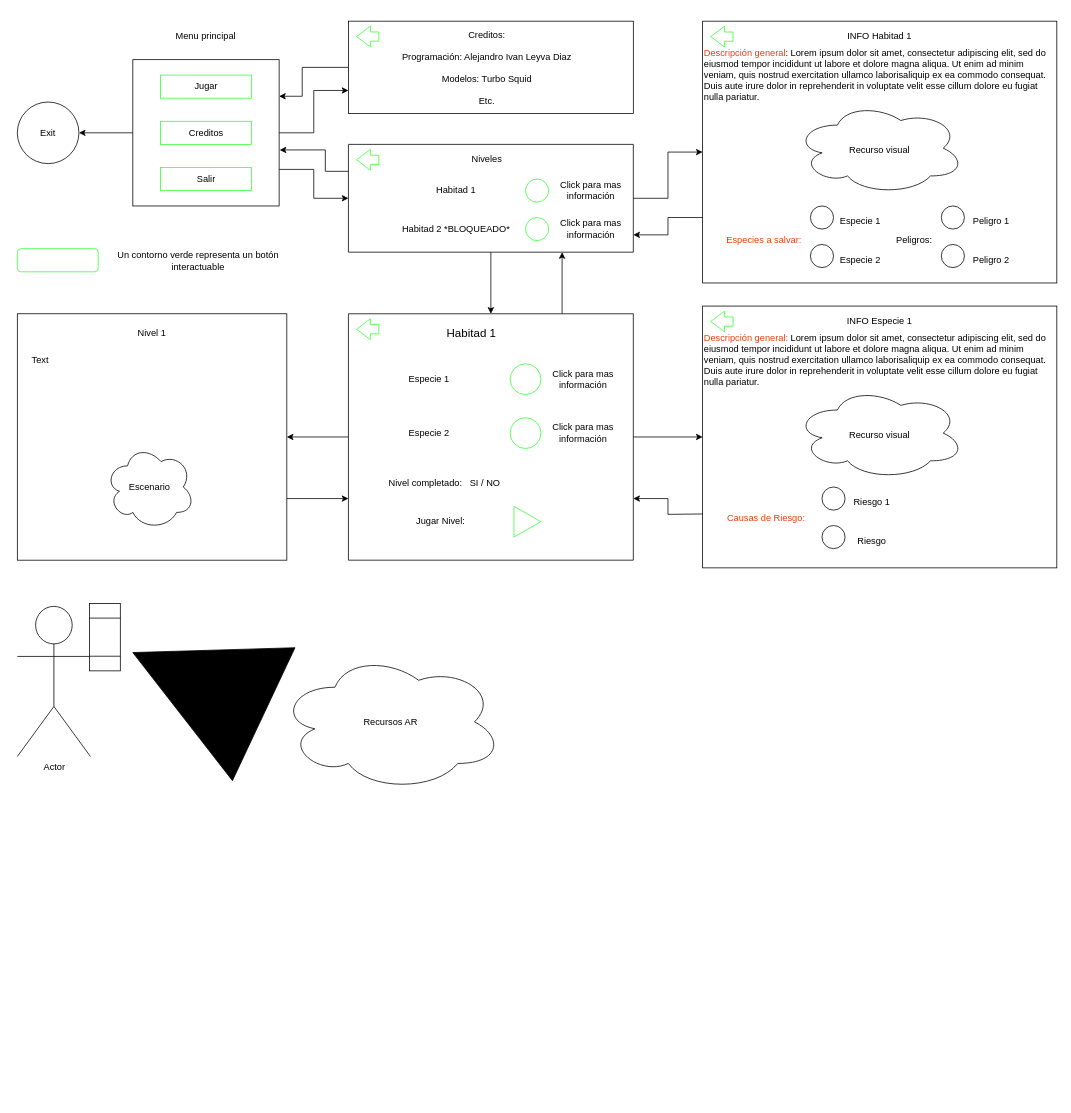
This is Untitled Diagram.drawio from Koishi32/ProyectoFinal_TSIII, a draw.io file, before an edit. Source tidied: cells renumbered, new cells numbered last; positions are measured from the earlier drawing's top-left corner, leaving out a move shared by most shapes. Both pictures are drawn from the tidied source at 77%, with x=0, y=0 at pixel (17, 13). Pictures stored in the file or linked from it are replaced by grey dashed boxes.
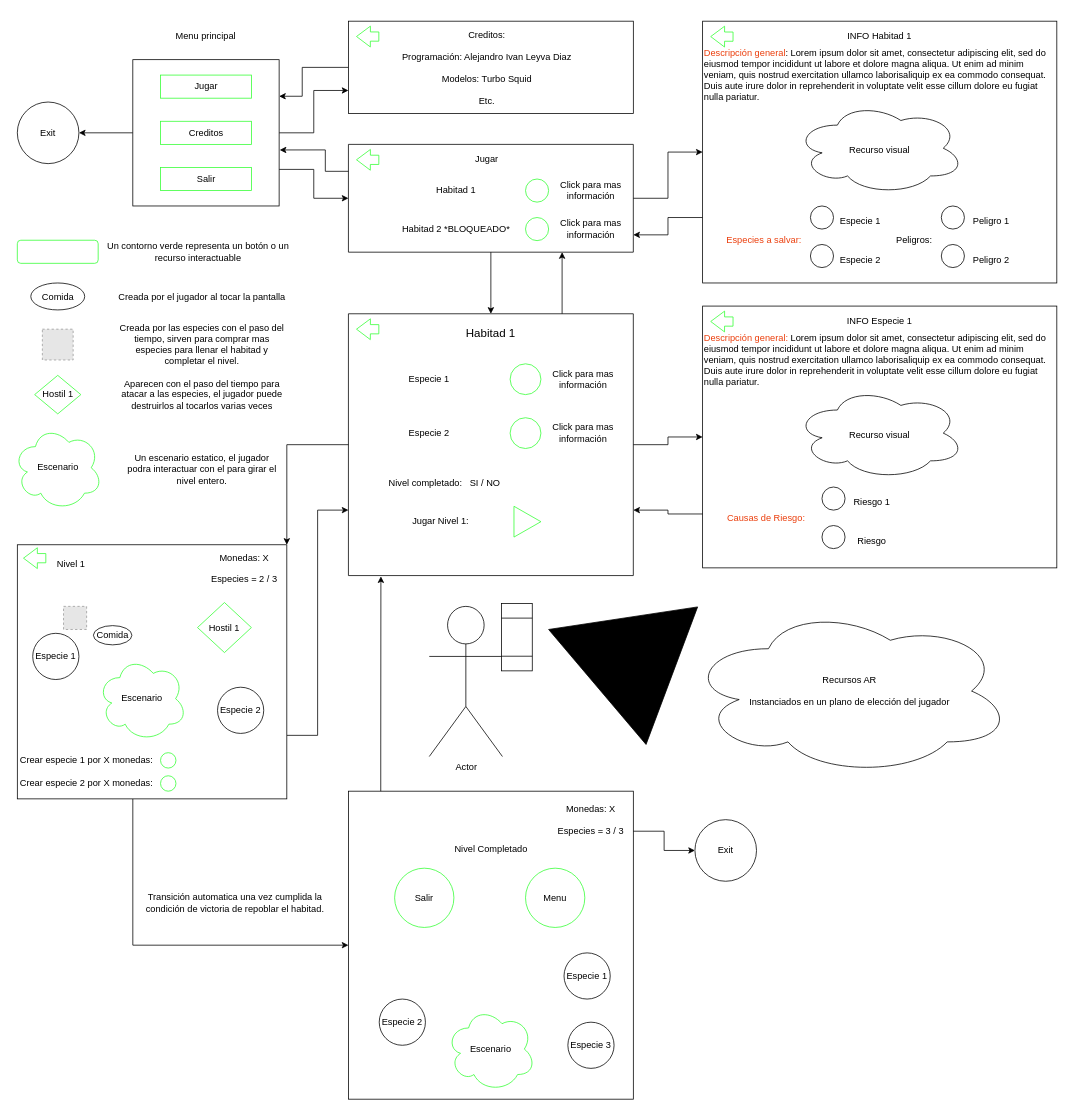
The same page after the edit.

The change refers to these unchanged cells:
```xml
<mxCell id="14" style="swimlane;startSize=0;" parent="1" vertex="1">
  <mxGeometry x="430" y="170" width="370" height="140" as="geometry" />
</mxCell>
```

The edit, as a diff of the source:
```diff
@@
-    <mxCell id="15" value="Niveles" style="text;html=1;strokeColor=none;fillColor=none;align=center;verticalAlign=middle;whiteSpace=wrap;rounded=0;" parent="14" vertex="1">
+    <mxCell id="15" value="Jugar" style="text;html=1;strokeColor=none;fillColor=none;align=center;verticalAlign=middle;whiteSpace=wrap;rounded=0;" parent="14" vertex="1">
       <mxGeometry x="40" width="280" height="40" as="geometry" />
     </mxCell>
@@
-    <mxCell id="28" style="edgeStyle=orthogonalEdgeStyle;rounded=0;jettySize=auto;html=1;entryX=1;entryY=0.5;entryDx=0;entryDy=0;" parent="1" edge="1" source="29" target="79">
+    <mxCell id="28" style="edgeStyle=orthogonalEdgeStyle;rounded=0;jettySize=auto;html=1;entryX=1;entryY=0;entryDx=0;entryDy=0;" parent="1" edge="1" source="29" target="79">
       <mxGeometry relative="1" as="geometry" />
     </mxCell>
     <mxCell id="29" style="swimlane;startSize=0;" parent="1" vertex="1">
-      <mxGeometry x="430" y="390" width="370" height="320" as="geometry" />
+      <mxGeometry x="430" y="390" width="370" height="340" as="geometry" />
     </mxCell>
@@
     <mxCell id="31" value="&lt;font style=&quot;font-size: 15px;&quot;&gt;Habitad 1&lt;/font&gt;" style="text;html=1;strokeColor=none;fillColor=none;align=center;verticalAlign=middle;whiteSpace=wrap;rounded=0;" parent="29" vertex="1">
-      <mxGeometry x="115" y="10" width="90" height="30" as="geometry" />
+      <mxGeometry x="140" y="10" width="90" height="30" as="geometry" />
     </mxCell>
@@
-    <mxCell id="40" value="Jugar Nivel:" style="text;html=1;strokeColor=none;fillColor=none;align=center;verticalAlign=middle;whiteSpace=wrap;rounded=0;" parent="29" vertex="1">
+    <mxCell id="40" value="Jugar Nivel 1:" style="text;html=1;strokeColor=none;fillColor=none;align=center;verticalAlign=middle;whiteSpace=wrap;rounded=0;" parent="29" vertex="1">
       <mxGeometry x="50" y="250" width="140" height="40" as="geometry" />
     </mxCell>
@@
     <mxCell id="63" style="edgeStyle=orthogonalEdgeStyle;rounded=0;jettySize=auto;html=1;exitX=0;exitY=0;exitDx=0;exitDy=0;entryX=1;entryY=0.75;entryDx=0;entryDy=0;" parent="1" edge="1" target="29">
       <mxGeometry relative="1" as="geometry">
         <mxPoint x="890" y="650" as="sourcePoint" />
+        <Array as="points">
+          <mxPoint x="845" y="650" />
+          <mxPoint x="845" y="645" />
+        </Array>
       </mxGeometry>
     </mxCell>
@@
     <mxCell id="76" style="rounded=1;whiteSpace=wrap;html=1;strokeColor=#33FF33;" parent="1" vertex="1">
-      <mxGeometry y="305.5" width="105" height="30" as="geometry" />
+      <mxGeometry y="294.5" width="105" height="30" as="geometry" />
     </mxCell>
-    <mxCell id="77" value="Un contorno verde representa un botón interactuable" style="text;html=1;strokeColor=none;fillColor=none;align=center;verticalAlign=middle;whiteSpace=wrap;rounded=0;" parent="1" vertex="1">
-      <mxGeometry x="114.2" y="291" width="241.5" height="59" as="geometry" />
+    <mxCell id="77" value="Un contorno verde representa un botón o un recurso interactuable" style="text;html=1;strokeColor=none;fillColor=none;align=center;verticalAlign=middle;whiteSpace=wrap;rounded=0;" parent="1" vertex="1">
+      <mxGeometry x="114.2" y="280" width="241.5" height="59" as="geometry" />
     </mxCell>
@@
+    <mxCell id="87" style="edgeStyle=orthogonalEdgeStyle;rounded=0;jettySize=auto;html=1;" parent="1" edge="1" source="79" target="107">
+      <mxGeometry relative="1" as="geometry">
+        <Array as="points">
+          <mxPoint x="150" y="1210" />
+        </Array>
+      </mxGeometry>
+    </mxCell>
     <mxCell id="79" style="rounded=0;whiteSpace=wrap;html=1;" parent="1" vertex="1">
-      <mxGeometry y="390" width="350" height="320" as="geometry" />
+      <mxGeometry y="690" width="350" height="330" as="geometry" />
     </mxCell>
     <mxCell id="80" value="Nivel 1" style="text;html=1;strokeColor=none;fillColor=none;align=center;verticalAlign=middle;whiteSpace=wrap;rounded=0;" parent="1" vertex="1">
-      <mxGeometry y="390" width="350" height="50" as="geometry" />
+      <mxGeometry y="690" width="140" height="50" as="geometry" />
     </mxCell>
     <mxCell id="81" value="Actor" style="shape=umlActor;verticalLabelPosition=bottom;verticalAlign=top;html=1;" parent="1" vertex="1">
-      <mxGeometry y="770" width="95" height="195" as="geometry" />
+      <mxGeometry x="535" y="770" width="95" height="195" as="geometry" />
     </mxCell>
     <mxCell id="82" style="shape=mxgraph.arrows2.wedgeArrow;html=1;startWidth=95.38461538461539;fillColor=strokeColor;defaultFillColor=invert;defaultGradientColor=invert;rounded=0;" parent="1" edge="1">
       <mxGeometry relative="1" as="geometry">
-        <mxPoint x="320" y="910" as="sourcePoint" />
-        <mxPoint x="150" y="830" as="targetPoint" />
+        <mxPoint x="850" y="860" as="sourcePoint" />
+        <mxPoint x="690" y="800" as="targetPoint" />
       </mxGeometry>
     </mxCell>
     <mxCell id="83" style="shape=process;whiteSpace=wrap;html=1;backgroundOutline=1;rotation=90;size=0.21428571428571427;" parent="1" vertex="1">
-      <mxGeometry x="70" y="790" width="87.5" height="40" as="geometry" />
+      <mxGeometry x="605" y="790" width="87.5" height="40" as="geometry" />
     </mxCell>
-    <mxCell id="84" value="Recursos AR" style="ellipse;shape=cloud;whiteSpace=wrap;html=1;" parent="1" vertex="1">
-      <mxGeometry x="340" y="830" width="290" height="180" as="geometry" />
+    <mxCell id="84" value="&lt;div&gt;Recursos AR&lt;/div&gt;&lt;div&gt;&lt;br&gt;&lt;/div&gt;&lt;div&gt;Instanciados en un plano de elección del jugador&lt;br&gt;&lt;/div&gt;" style="ellipse;shape=cloud;whiteSpace=wrap;html=1;" parent="1" vertex="1">
+      <mxGeometry x="870" y="770" width="422" height="220" as="geometry" />
     </mxCell>
-    <mxCell id="85" value="Escenario" style="ellipse;shape=cloud;whiteSpace=wrap;html=1;" parent="1" vertex="1">
-      <mxGeometry x="114.2" y="560" width="115.8" height="110" as="geometry" />
+    <mxCell id="85" value="Escenario" style="ellipse;shape=cloud;whiteSpace=wrap;html=1;strokeColor=#33FF33;" parent="1" vertex="1">
+      <mxGeometry x="104.2" y="835" width="115.8" height="110" as="geometry" />
     </mxCell>
-    <mxCell id="86" value="Text" style="text;html=1;strokeColor=none;fillColor=none;align=center;verticalAlign=middle;whiteSpace=wrap;rounded=0;" parent="1" vertex="1">
-      <mxGeometry y="435" width="60" height="30" as="geometry" />
+    <mxCell id="86" value="Especies = 2 / 3" style="text;html=1;strokeColor=none;fillColor=none;align=center;verticalAlign=middle;whiteSpace=wrap;rounded=0;" parent="1" vertex="1">
+      <mxGeometry x="240" y="720" width="110" height="30" as="geometry" />
     </mxCell>
+    <mxCell id="88" value="Especie 1" style="ellipse;whiteSpace=wrap;html=1;" parent="1" vertex="1">
+      <mxGeometry x="20" y="805" width="60" height="60" as="geometry" />
+    </mxCell>
+    <mxCell id="89" value="Especie 2" style="ellipse;whiteSpace=wrap;html=1;" parent="1" vertex="1">
+      <mxGeometry x="260" y="875" width="60" height="60" as="geometry" />
+    </mxCell>
+    <mxCell id="90" value="Hostil 1" style="rhombus;whiteSpace=wrap;html=1;strokeColor=#33FF33;" parent="1" vertex="1">
+      <mxGeometry x="234" y="765" width="70" height="65" as="geometry" />
+    </mxCell>
+    <mxCell id="91" value="Comida" style="ellipse;whiteSpace=wrap;html=1;" parent="1" vertex="1">
+      <mxGeometry x="17.5" y="350" width="70" height="35" as="geometry" />
+    </mxCell>
+    <mxCell id="92" value="Comida" style="ellipse;whiteSpace=wrap;html=1;" parent="1" vertex="1">
+      <mxGeometry x="98.8" y="795" width="50" height="25" as="geometry" />
+    </mxCell>
+    <mxCell id="93" value="Creada por el jugador al tocar la pantalla" style="text;html=1;strokeColor=none;fillColor=none;align=center;verticalAlign=middle;whiteSpace=wrap;rounded=0;" parent="1" vertex="1">
+      <mxGeometry x="130" y="347.5" width="220" height="40" as="geometry" />
+    </mxCell>
+    <mxCell id="94" style="shape=flexArrow;endArrow=classic;html=1;rounded=0;width=12;endSize=5.67;endWidth=14;strokeColor=#33FF33;" parent="1" edge="1">
+      <mxGeometry relative="1" as="geometry">
+        <mxPoint x="37.5" y="707.4" as="sourcePoint" />
+        <mxPoint x="7.5" y="707.4" as="targetPoint" />
+      </mxGeometry>
+    </mxCell>
+    <mxCell id="95" value="Crear especie 1 por X monedas: " style="text;html=1;strokeColor=none;fillColor=none;align=center;verticalAlign=middle;whiteSpace=wrap;rounded=0;" parent="1" vertex="1">
+      <mxGeometry y="960" width="180" height="20" as="geometry" />
+    </mxCell>
+    <mxCell id="96" style="ellipse;whiteSpace=wrap;html=1;strokeColor=#33FF33;" parent="1" vertex="1">
+      <mxGeometry x="186" y="960" width="20" height="20" as="geometry" />
+    </mxCell>
+    <mxCell id="97" style="ellipse;whiteSpace=wrap;html=1;strokeColor=#33FF33;" parent="1" vertex="1">
+      <mxGeometry x="186" y="990" width="20" height="20" as="geometry" />
+    </mxCell>
+    <mxCell id="98" value="Crear especie 2 por X monedas: " style="text;html=1;strokeColor=none;fillColor=none;align=center;verticalAlign=middle;whiteSpace=wrap;rounded=0;" parent="1" vertex="1">
+      <mxGeometry y="990" width="180" height="20" as="geometry" />
+    </mxCell>
+    <mxCell id="99" value="Monedas: X" style="text;html=1;strokeColor=none;fillColor=none;align=center;verticalAlign=middle;whiteSpace=wrap;rounded=0;" parent="1" vertex="1">
+      <mxGeometry x="240" y="693" width="110" height="27" as="geometry" />
+    </mxCell>
+    <mxCell id="100" style="fillColor=#E6E6E6;strokeColor=#999999;dashed=1;html=1;verticalLabelPosition=bottom;verticalAlign=top;" parent="1" vertex="1">
+      <mxGeometry x="32.5" y="410" width="40" height="40" as="geometry" />
+    </mxCell>
+    <mxCell id="101" value="Creada por las especies con el paso del tiempo, sirven para comprar mas especies para llenar el habitad y completar el nivel." style="text;html=1;strokeColor=none;fillColor=none;align=center;verticalAlign=middle;whiteSpace=wrap;rounded=0;" parent="1" vertex="1">
+      <mxGeometry x="130" y="397.5" width="220" height="65" as="geometry" />
+    </mxCell>
+    <mxCell id="102" style="fillColor=#E6E6E6;strokeColor=#999999;dashed=1;html=1;verticalLabelPosition=bottom;verticalAlign=top;" parent="1" vertex="1">
+      <mxGeometry x="60" y="770" width="30" height="30" as="geometry" />
+    </mxCell>
+    <mxCell id="103" value="Hostil 1" style="rhombus;whiteSpace=wrap;html=1;strokeColor=#33FF33;" parent="1" vertex="1">
+      <mxGeometry x="22.5" y="470" width="60" height="50" as="geometry" />
+    </mxCell>
+    <mxCell id="104" value="Aparecen con el paso del tiempo para atacar a las especies, el jugador puede destruirlos al tocarlos varias veces" style="text;html=1;strokeColor=none;fillColor=none;align=center;verticalAlign=middle;whiteSpace=wrap;rounded=0;" parent="1" vertex="1">
+      <mxGeometry x="130" y="471.9" width="220" height="46.2" as="geometry" />
+    </mxCell>
+    <mxCell id="105" value="Escenario" style="ellipse;shape=cloud;whiteSpace=wrap;html=1;strokeColor=#33FF33;" parent="1" vertex="1">
+      <mxGeometry x="-5.4" y="535" width="115.8" height="110" as="geometry" />
+    </mxCell>
+    <mxCell id="106" value="Un escenario estatico, el jugador podra interactuar con el para girar el nivel entero. " style="text;html=1;strokeColor=none;fillColor=none;align=center;verticalAlign=middle;whiteSpace=wrap;rounded=0;" parent="1" vertex="1">
+      <mxGeometry x="140" y="553.4" width="200" height="76.6" as="geometry" />
+    </mxCell>
+    <mxCell id="107" style="rounded=0;whiteSpace=wrap;html=1;" parent="1" vertex="1">
+      <mxGeometry x="430" y="1010" width="370" height="400" as="geometry" />
+    </mxCell>
+    <mxCell id="108" value="Monedas: X" style="text;html=1;strokeColor=none;fillColor=none;align=center;verticalAlign=middle;whiteSpace=wrap;rounded=0;" parent="1" vertex="1">
+      <mxGeometry x="690" y="1020" width="110" height="27" as="geometry" />
+    </mxCell>
+    <mxCell id="109" style="edgeStyle=orthogonalEdgeStyle;rounded=0;jettySize=auto;html=1;entryX=0;entryY=0.5;entryDx=0;entryDy=0;" parent="1" edge="1" source="110" target="111">
+      <mxGeometry relative="1" as="geometry" />
+    </mxCell>
+    <mxCell id="110" value="Especies = 3 / 3" style="text;html=1;strokeColor=none;fillColor=none;align=center;verticalAlign=middle;whiteSpace=wrap;rounded=0;" parent="1" vertex="1">
+      <mxGeometry x="690" y="1047" width="110" height="30" as="geometry" />
+    </mxCell>
+    <mxCell id="111" style="ellipse;whiteSpace=wrap;html=1;" parent="1" vertex="1">
+      <mxGeometry x="880" y="1047" width="80" height="80" as="geometry" />
+    </mxCell>
+    <mxCell id="112" value="Exit" style="text;html=1;strokeColor=none;fillColor=none;align=center;verticalAlign=middle;whiteSpace=wrap;rounded=0;" parent="1" vertex="1">
+      <mxGeometry x="890" y="1072" width="60" height="30" as="geometry" />
+    </mxCell>
+    <mxCell id="113" style="edgeStyle=orthogonalEdgeStyle;rounded=0;jettySize=auto;html=1;entryX=0.114;entryY=1.003;entryDx=0;entryDy=0;entryPerimeter=0;" parent="1" edge="1" source="107" target="29">
+      <mxGeometry relative="1" as="geometry">
+        <Array as="points">
+          <mxPoint x="472" y="950" />
+          <mxPoint x="472" y="950" />
+        </Array>
+      </mxGeometry>
+    </mxCell>
+    <mxCell id="114" value="Escenario" style="ellipse;shape=cloud;whiteSpace=wrap;html=1;strokeColor=#33FF33;" parent="1" vertex="1">
+      <mxGeometry x="557.1" y="1290" width="115.8" height="110" as="geometry" />
+    </mxCell>
+    <mxCell id="115" value="Especie 1" style="ellipse;whiteSpace=wrap;html=1;" parent="1" vertex="1">
+      <mxGeometry x="710" y="1220" width="60" height="60" as="geometry" />
+    </mxCell>
+    <mxCell id="116" value="Especie 2" style="ellipse;whiteSpace=wrap;html=1;" parent="1" vertex="1">
+      <mxGeometry x="470" y="1280" width="60" height="60" as="geometry" />
+    </mxCell>
+    <mxCell id="117" value="Especie 3" style="ellipse;whiteSpace=wrap;html=1;" parent="1" vertex="1">
+      <mxGeometry x="715" y="1310" width="60" height="60" as="geometry" />
+    </mxCell>
+    <mxCell id="118" value="Nivel Completado" style="text;html=1;strokeColor=none;fillColor=none;align=center;verticalAlign=middle;whiteSpace=wrap;rounded=0;" parent="1" vertex="1">
+      <mxGeometry x="532.5" y="1069" width="165" height="33" as="geometry" />
+    </mxCell>
+    <mxCell id="119" value="Salir" style="ellipse;whiteSpace=wrap;html=1;strokeColor=#33FF33;" parent="1" vertex="1">
+      <mxGeometry x="490" y="1110" width="77" height="77" as="geometry" />
+    </mxCell>
+    <mxCell id="120" value="Menu" style="ellipse;whiteSpace=wrap;html=1;strokeColor=#33FF33;" parent="1" vertex="1">
+      <mxGeometry x="660" y="1110" width="77" height="77" as="geometry" />
+    </mxCell>
+    <mxCell id="121" value="Transición automatica una vez cumplida la condición de victoria de repoblar el habitad." style="text;html=1;strokeColor=none;fillColor=none;align=center;verticalAlign=middle;whiteSpace=wrap;rounded=0;" parent="1" vertex="1">
+      <mxGeometry x="166" y="1100" width="234" height="110" as="geometry" />
+    </mxCell>
```
